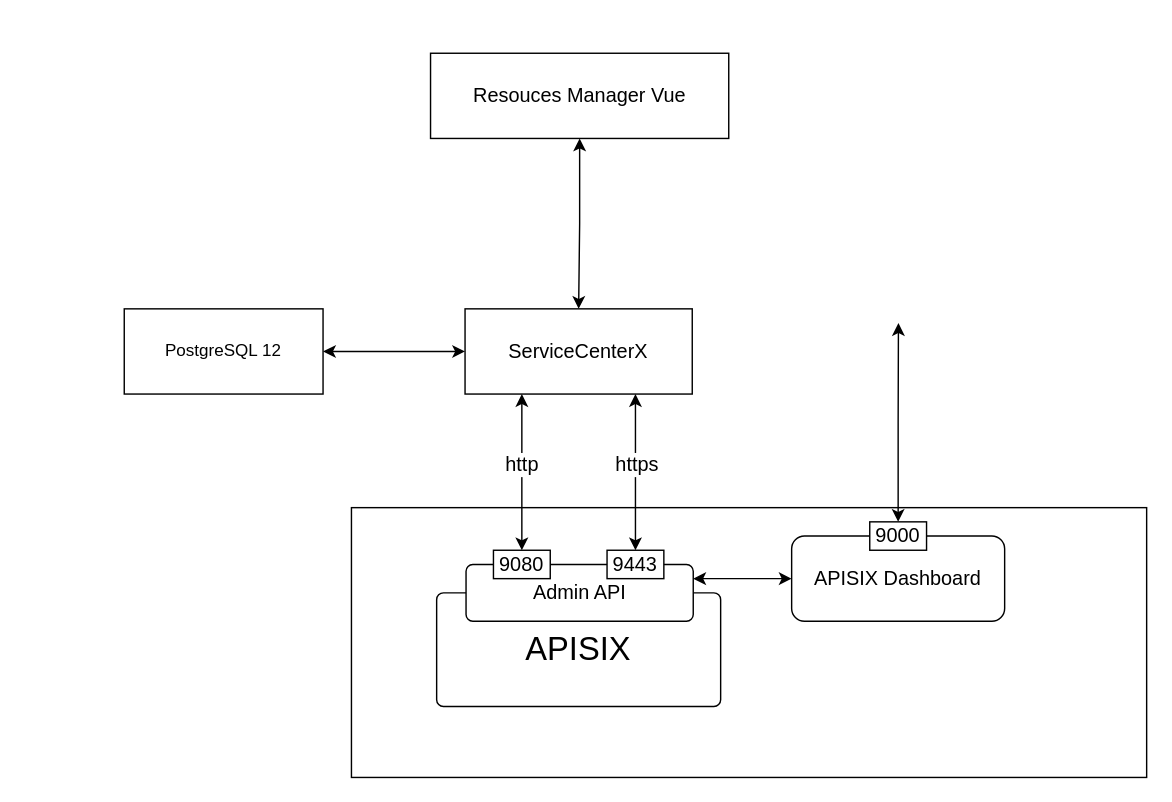
Earlier version of the draw.io diagram ServiceCenterX.drawio (wongJzzz/DrawIOnetDate). Source tidied: cells renumbered, new cells numbered last; positions are measured from the earlier drawing's top-left corner, leaving out a move shared by most shapes. Both pictures are drawn from the tidied source at 142%, with x=0, y=0 at pixel (124, 53).
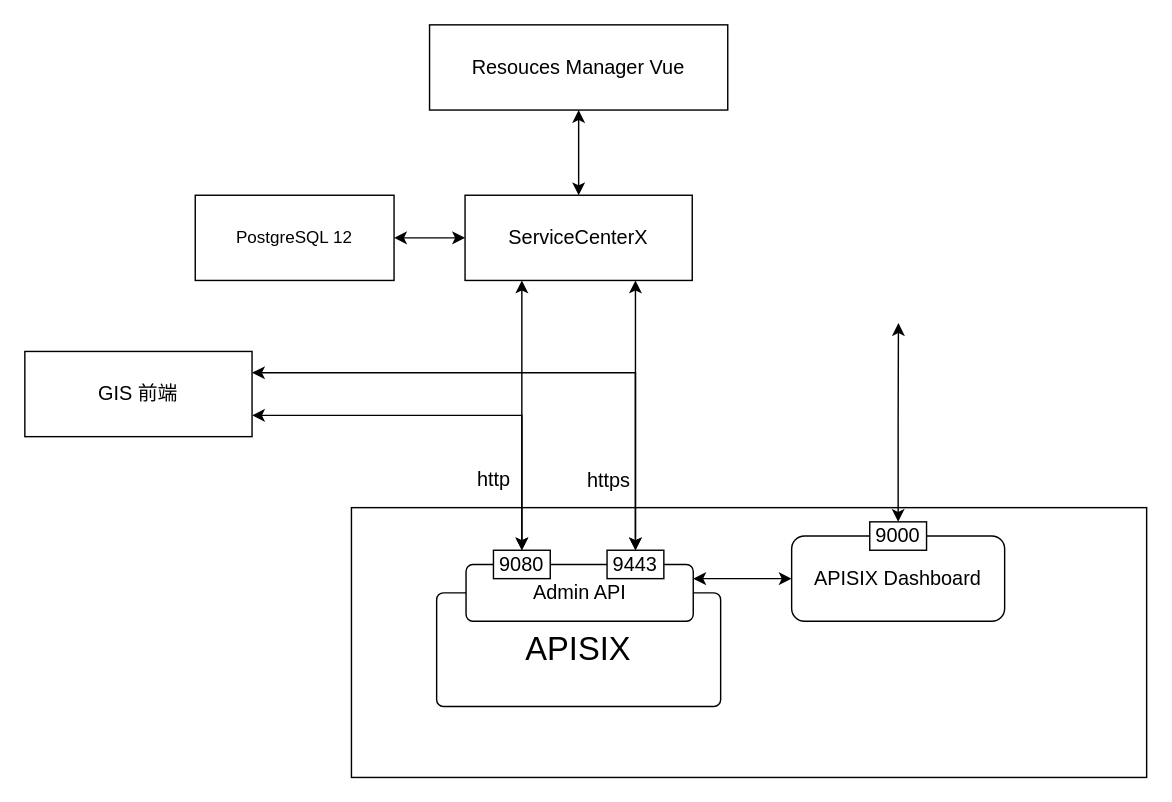
The same diagram, later.

The change refers to these unchanged cells:
```xml
<mxCell id="17" value="9080" style="rounded=0;whiteSpace=wrap;html=1;labelBackgroundColor=default;fontSize=14;fontColor=#000000;" parent="1" vertex="1">
  <mxGeometry x="260" y="350" width="40" height="20" as="geometry" />
</mxCell>
<mxCell id="18" value="9443" style="rounded=0;whiteSpace=wrap;html=1;labelBackgroundColor=default;fontSize=14;fontColor=#000000;" parent="1" vertex="1">
  <mxGeometry x="340" y="350" width="40" height="20" as="geometry" />
</mxCell>
```

Diff of the diagram source:
```diff
@@
     <mxCell id="5" value="&lt;font color=&quot;#000000&quot;&gt;Resouces Manager Vue&lt;/font&gt;" style="rounded=0;whiteSpace=wrap;html=1;labelBackgroundColor=none;fontSize=14;fontColor=#0000CC;" parent="1" vertex="1">
-      <mxGeometry x="215.7" width="210" height="60" as="geometry" />
+      <mxGeometry x="215" y="-20" width="210" height="60" as="geometry" />
     </mxCell>
     <mxCell id="6" value="http" style="edgeStyle=orthogonalEdgeStyle;rounded=0;jettySize=auto;html=1;exitX=0.25;exitY=1;exitDx=0;exitDy=0;entryX=0.5;entryY=0;entryDx=0;entryDy=0;strokeWidth=1;fontSize=14;fontColor=#000000;startArrow=classic;startFill=1;strokeColor=#000000;" parent="1" edge="1" source="8" target="17">
-      <mxGeometry x="-0.09" relative="1" as="geometry" />
+      <mxGeometry x="0.47" y="-20" relative="1" as="geometry" />
     </mxCell>
@@
     <mxCell id="8" value="&lt;font color=&quot;#000000&quot;&gt;ServiceCenterX&lt;/font&gt;" style="rounded=0;whiteSpace=wrap;html=1;labelBackgroundColor=none;fontSize=14;fontColor=#0000CC;" parent="1" vertex="1">
-      <mxGeometry x="240" y="180" width="160" height="60" as="geometry" />
+      <mxGeometry x="240" y="100" width="160" height="60" as="geometry" />
     </mxCell>
@@
-    <mxCell id="10" style="edgeStyle=orthogonalEdgeStyle;rounded=0;jettySize=auto;html=1;exitX=0.5;exitY=0;exitDx=0;exitDy=0;entryX=0.75;entryY=1;entryDx=0;entryDy=0;labelBackgroundColor=none;strokeWidth=1;fontSize=14;fontColor=#000000;startArrow=classic;startFill=1;strokeColor=#000000;" parent="1" edge="1" source="18" target="8">
-      <mxGeometry relative="1" as="geometry" />
-    </mxCell>
-    <mxCell id="11" value="https" style="edgeLabel;html=1;align=center;verticalAlign=middle;fontSize=14;fontColor=#000000;" parent="10" vertex="1">
-      <mxGeometry x="-0.48" y="-1" relative="1" as="geometry">
-        <mxPoint x="-1" y="-32" as="offset" />
-      </mxGeometry>
-    </mxCell>
@@
     <mxCell id="14" value="PostgreSQL 12" style="rounded=0;whiteSpace=wrap;html=1;" parent="1" vertex="1">
-      <mxGeometry y="180" width="140" height="60" as="geometry" />
+      <mxGeometry x="50" y="100" width="140" height="60" as="geometry" />
     </mxCell>
@@
+    <mxCell id="19" style="edgeStyle=orthogonalEdgeStyle;rounded=0;jettySize=auto;html=1;exitX=0.5;exitY=0;exitDx=0;exitDy=0;entryX=1;entryY=0.75;entryDx=0;entryDy=0;labelBackgroundColor=none;strokeColor=#000000;strokeWidth=1;fontSize=23;fontColor=#000000;startArrow=classic;startFill=1;" parent="1" edge="1" source="17" target="21">
+      <mxGeometry relative="1" as="geometry" />
+    </mxCell>
@@
+    <mxCell id="20" style="edgeStyle=orthogonalEdgeStyle;rounded=0;jettySize=auto;html=1;exitX=0.5;exitY=0;exitDx=0;exitDy=0;entryX=1;entryY=0.25;entryDx=0;entryDy=0;labelBackgroundColor=none;strokeColor=#000000;strokeWidth=1;fontSize=23;fontColor=#000000;startArrow=classic;startFill=1;" parent="1" edge="1" source="18" target="21">
+      <mxGeometry relative="1" as="geometry" />
+    </mxCell>
+    <mxCell id="10" style="edgeStyle=orthogonalEdgeStyle;rounded=0;jumpStyle=arc;jettySize=auto;html=1;exitX=0.5;exitY=0;exitDx=0;exitDy=0;entryX=0.75;entryY=1;entryDx=0;entryDy=0;labelBackgroundColor=none;strokeColor=#000000;strokeWidth=1;fontSize=23;fontColor=#000000;startArrow=classic;startFill=1;" parent="1" edge="1" source="18" target="8">
+      <mxGeometry relative="1" as="geometry" />
+    </mxCell>
+    <mxCell id="11" value="https" style="edgeLabel;html=1;align=center;verticalAlign=middle;fontSize=14;fontColor=#000000;" parent="10" vertex="1">
+      <mxGeometry x="0.07" y="2" relative="1" as="geometry">
+        <mxPoint x="-18" y="52" as="offset" />
+      </mxGeometry>
+    </mxCell>
@@
+    <mxCell id="21" value="&lt;font color=&quot;#000000&quot;&gt;GIS 前端&lt;/font&gt;" style="rounded=0;whiteSpace=wrap;html=1;labelBackgroundColor=none;fontSize=14;fontColor=#0000CC;" parent="1" vertex="1">
+      <mxGeometry x="-70" y="210" width="160" height="60" as="geometry" />
+    </mxCell>
```
